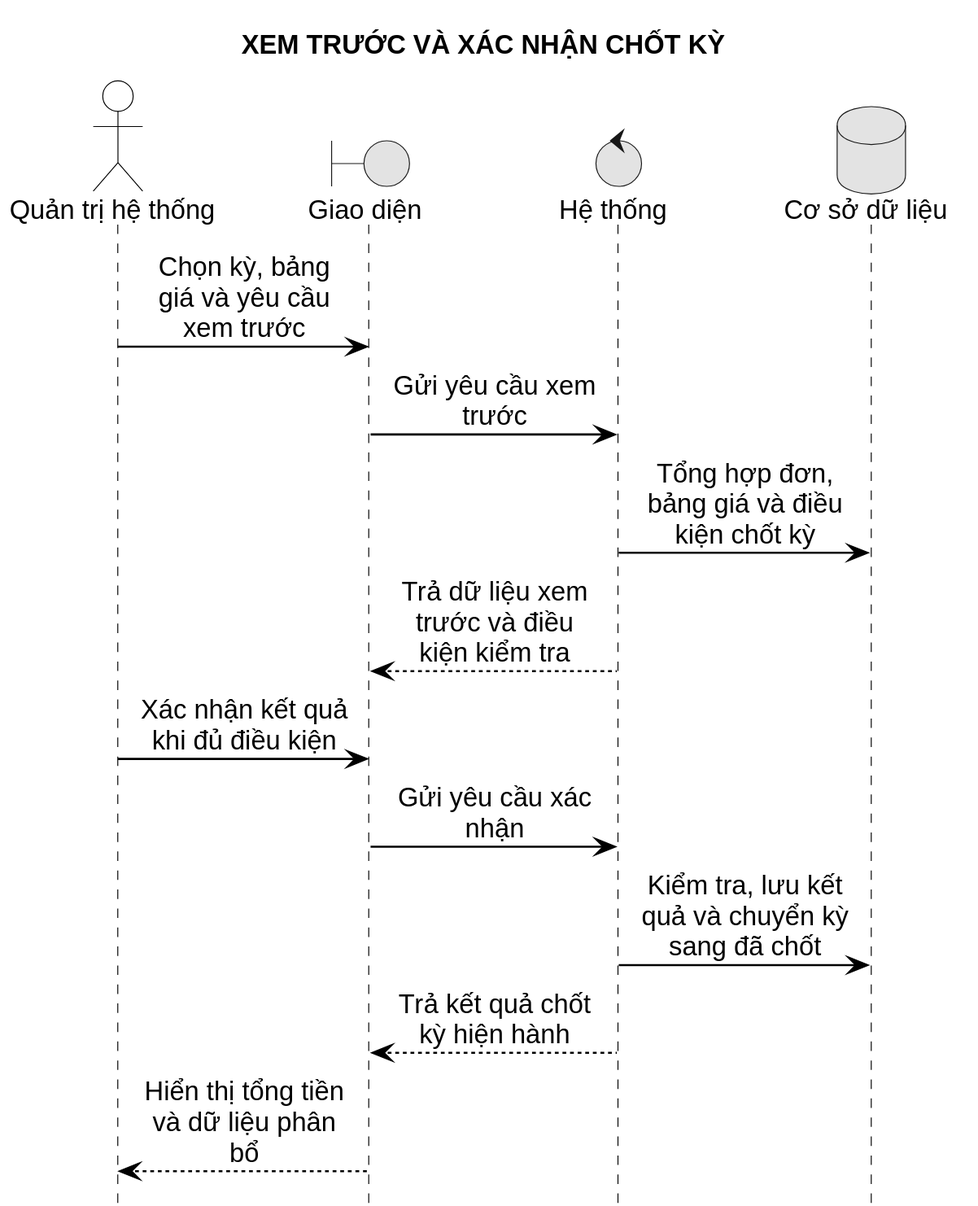
Before: LVTN/diagrams/ch03/sequence-settle-period.svg, a diagram exported from PlantUML (Miikey24s/gtas_vpp).
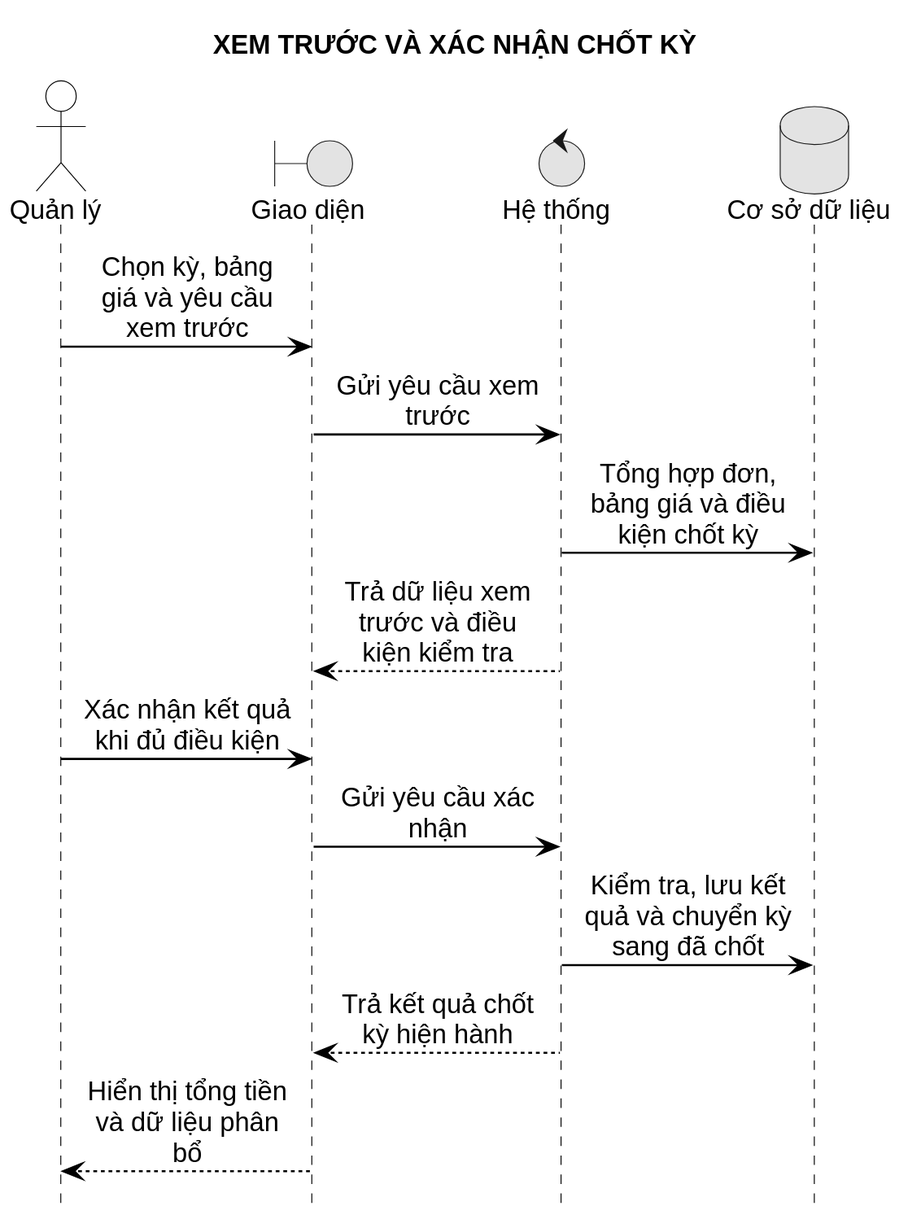
The same diagram one commit later.

Change to the diagram source:
```diff
@@ -2,7 +2,7 @@
 !include ../common/sequence-style.puml
 title XEM TRƯỚC VÀ XÁC NHẬN CHỐT KỲ
 
-actor "Quản trị hệ thống" as Manager
+actor "Quản lý" as Manager
 boundary "Giao diện" as UI
 control "Hệ thống" as System
 database "Cơ sở dữ liệu" as DB
```
